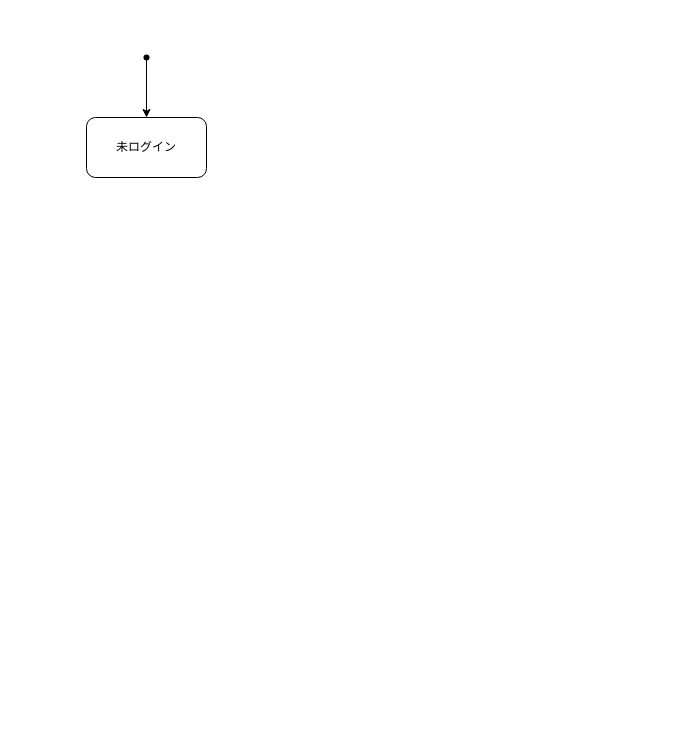
This is docs/state.drawio from Moku3956/daily-routine, a draw.io file, before an edit. Source tidied: cells renumbered, new cells numbered last; positions are measured from the earlier drawing's top-left corner, leaving out a move shared by most shapes. Both pictures are drawn from the tidied source at 100%, with x=0, y=0 at pixel (86, 47).
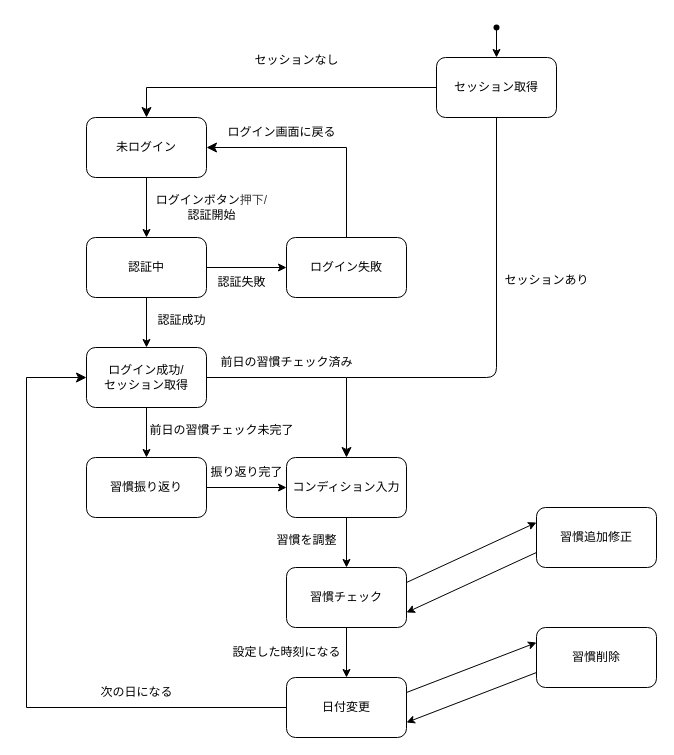
The same page after the edit.

Commit message (it also covers changes not shown here):
Complete stete diagram

The change refers to these unchanged cells:
```xml
<mxCell id="4" value="未ログイン" style="rounded=1;whiteSpace=wrap;html=1;" parent="1" vertex="1">
  <mxGeometry y="70" width="120" height="60" as="geometry" />
</mxCell>
```

Change to the diagram source:
```diff
@@
-    <mxCell id="2" style="edgeStyle=none;html=1;" parent="1" edge="1" source="3" target="4">
-      <mxGeometry relative="1" as="geometry" />
-    </mxCell>
-    <mxCell id="3" style="shape=waypoint;sketch=0;fillStyle=solid;size=6;points=[];fillColor=none;perimeter=centerPerimeter;snapToPoint=1;" parent="1" vertex="1">
-      <mxGeometry x="50" width="20" height="20" as="geometry" />
-    </mxCell>
+    <mxCell id="5" style="edgeStyle=segmentEdgeStyle;endArrow=classic;html=1;curved=0;rounded=0;endSize=8;startSize=8;exitX=1;exitY=0.5;exitDx=0;exitDy=0;entryX=0.5;entryY=0;entryDx=0;entryDy=0;" parent="1" edge="1" source="11" target="21">
+      <mxGeometry relative="1" as="geometry" />
+    </mxCell>
+    <mxCell id="6" style="edgeStyle=none;html=1;entryX=0.5;entryY=0;entryDx=0;entryDy=0;" parent="1" edge="1" source="4" target="9">
+      <mxGeometry relative="1" as="geometry" />
+    </mxCell>
@@
+    <mxCell id="7" style="edgeStyle=none;html=1;entryX=0.5;entryY=0;entryDx=0;entryDy=0;" parent="1" edge="1" source="9" target="11">
+      <mxGeometry relative="1" as="geometry" />
+    </mxCell>
+    <mxCell id="8" style="edgeStyle=none;html=1;entryX=0;entryY=0.5;entryDx=0;entryDy=0;" parent="1" edge="1" source="9" target="12">
+      <mxGeometry relative="1" as="geometry" />
+    </mxCell>
+    <mxCell id="9" value="認証中" style="rounded=1;whiteSpace=wrap;html=1;" parent="1" vertex="1">
+      <mxGeometry y="190" width="120" height="60" as="geometry" />
+    </mxCell>
+    <mxCell id="10" style="edgeStyle=none;html=1;entryX=0.5;entryY=0;entryDx=0;entryDy=0;" parent="1" edge="1" source="11" target="14">
+      <mxGeometry relative="1" as="geometry" />
+    </mxCell>
+    <mxCell id="11" value="ログイン成功/&lt;div&gt;セッション取得&lt;/div&gt;" style="rounded=1;whiteSpace=wrap;html=1;" parent="1" vertex="1">
+      <mxGeometry y="300" width="120" height="60" as="geometry" />
+    </mxCell>
+    <mxCell id="12" value="ログイン失敗" style="rounded=1;whiteSpace=wrap;html=1;" parent="1" vertex="1">
+      <mxGeometry x="200" y="190" width="120" height="60" as="geometry" />
+    </mxCell>
+    <mxCell id="13" style="edgeStyle=none;html=1;exitX=1;exitY=0.5;exitDx=0;exitDy=0;entryX=0;entryY=0.5;entryDx=0;entryDy=0;" parent="1" edge="1" source="25" target="21">
+      <mxGeometry relative="1" as="geometry" />
+    </mxCell>
+    <mxCell id="14" value="習慣振り返り" style="rounded=1;whiteSpace=wrap;html=1;" parent="1" vertex="1">
+      <mxGeometry y="410" width="120" height="60" as="geometry" />
+    </mxCell>
+    <mxCell id="15" value="ログインボタン&lt;span style=&quot;color: rgb(63, 63, 63); background-color: transparent;&quot;&gt;押下/&lt;/span&gt;&lt;div&gt;認証開始&lt;/div&gt;" style="text;html=1;align=center;verticalAlign=middle;strokeColor=none;fillColor=none;" parent="1" vertex="1">
+      <mxGeometry x="60" y="140" width="130" height="40" as="geometry" />
+    </mxCell>
+    <mxCell id="16" value="認証成功" style="text;html=1;align=center;verticalAlign=middle;strokeColor=none;fillColor=none;" parent="1" vertex="1">
+      <mxGeometry x="60" y="258" width="70" height="30" as="geometry" />
+    </mxCell>
+    <mxCell id="17" style="edgeStyle=segmentEdgeStyle;endArrow=classic;html=1;curved=0;rounded=0;endSize=8;startSize=8;exitX=0.5;exitY=0;exitDx=0;exitDy=0;entryX=1;entryY=0.5;entryDx=0;entryDy=0;" parent="1" edge="1">
+      <mxGeometry relative="1" as="geometry">
+        <mxPoint x="260" y="190" as="sourcePoint" />
+        <mxPoint x="120" y="100" as="targetPoint" />
+        <Array as="points">
+          <mxPoint x="260" y="100" />
+        </Array>
+      </mxGeometry>
+    </mxCell>
+    <mxCell id="18" value="ログイン画面に戻る" style="text;html=1;align=center;verticalAlign=middle;strokeColor=none;fillColor=none;" parent="1" vertex="1">
+      <mxGeometry x="130" y="70" width="130" height="30" as="geometry" />
+    </mxCell>
+    <mxCell id="19" value="認証失敗" style="text;html=1;align=center;verticalAlign=middle;strokeColor=none;fillColor=none;" parent="1" vertex="1">
+      <mxGeometry x="120" y="220" width="70" height="30" as="geometry" />
+    </mxCell>
+    <mxCell id="20" style="edgeStyle=none;html=1;exitX=0.5;exitY=1;exitDx=0;exitDy=0;" parent="1" edge="1" source="21">
+      <mxGeometry relative="1" as="geometry">
+        <mxPoint x="260" y="520" as="targetPoint" />
+      </mxGeometry>
+    </mxCell>
+    <mxCell id="21" value="コンディション入力" style="rounded=1;whiteSpace=wrap;html=1;" parent="1" vertex="1">
+      <mxGeometry x="200" y="410" width="120" height="60" as="geometry" />
+    </mxCell>
+    <mxCell id="22" value="前日の習慣チェック未完了" style="text;html=1;align=center;verticalAlign=middle;strokeColor=none;fillColor=none;" parent="1" vertex="1">
+      <mxGeometry x="50" y="368" width="170" height="30" as="geometry" />
+    </mxCell>
+    <mxCell id="23" value="前日の習慣チェック済み" style="text;html=1;align=center;verticalAlign=middle;points=[];strokeColor=none;fillColor=none;" parent="1" vertex="1">
+      <mxGeometry x="120" y="300" width="160" height="30" as="geometry" />
+    </mxCell>
+    <mxCell id="24" style="edgeStyle=none;html=1;exitX=1;exitY=0.5;exitDx=0;exitDy=0;" parent="1" edge="1" source="14">
+      <mxGeometry relative="1" as="geometry">
+        <mxPoint x="200" y="440" as="targetPoint" />
+      </mxGeometry>
+    </mxCell>
+    <mxCell id="25" value="振り返り完了" style="text;html=1;align=center;verticalAlign=middle;points=[];strokeColor=none;fillColor=none;" parent="1" vertex="1">
+      <mxGeometry x="110" y="410" width="100" height="30" as="geometry" />
+    </mxCell>
+    <mxCell id="26" style="edgeStyle=none;html=1;" parent="1" edge="1" source="28" target="31">
+      <mxGeometry relative="1" as="geometry" />
+    </mxCell>
+    <mxCell id="27" style="edgeStyle=none;html=1;exitX=0;exitY=0.75;exitDx=0;exitDy=0;entryX=1;entryY=0.75;entryDx=0;entryDy=0;" parent="1" edge="1" source="40" target="28">
+      <mxGeometry relative="1" as="geometry" />
+    </mxCell>
+    <mxCell id="28" value="習慣チェック" style="rounded=1;whiteSpace=wrap;html=1;" parent="1" vertex="1">
+      <mxGeometry x="200" y="520" width="120" height="60" as="geometry" />
+    </mxCell>
+    <mxCell id="29" value="習慣を調整" style="text;html=1;align=center;verticalAlign=middle;strokeColor=none;fillColor=none;" parent="1" vertex="1">
+      <mxGeometry x="180" y="478" width="80" height="30" as="geometry" />
+    </mxCell>
+    <mxCell id="30" style="edgeStyle=none;html=1;exitX=1;exitY=0.25;exitDx=0;exitDy=0;entryX=0;entryY=0.25;entryDx=0;entryDy=0;" parent="1" edge="1" source="31" target="42">
+      <mxGeometry relative="1" as="geometry" />
+    </mxCell>
+    <mxCell id="31" value="日付変更" style="whiteSpace=wrap;html=1;rounded=1;" parent="1" vertex="1">
+      <mxGeometry x="200" y="630" width="120" height="60" as="geometry" />
+    </mxCell>
+    <mxCell id="32" value="設定した時刻になる" style="text;html=1;align=center;verticalAlign=middle;strokeColor=none;fillColor=none;" parent="1" vertex="1">
+      <mxGeometry x="135" y="590" width="130" height="30" as="geometry" />
+    </mxCell>
+    <mxCell id="33" value="セッション取得" style="rounded=1;whiteSpace=wrap;html=1;" parent="1" vertex="1">
+      <mxGeometry x="350" y="10" width="120" height="60" as="geometry" />
+    </mxCell>
+    <mxCell id="34" style="edgeStyle=segmentEdgeStyle;endArrow=classic;html=1;curved=0;rounded=0;endSize=8;startSize=8;entryX=0.5;entryY=0;entryDx=0;entryDy=0;exitX=0;exitY=0.5;exitDx=0;exitDy=0;" parent="1" edge="1" source="33" target="4">
+      <mxGeometry relative="1" as="geometry" />
+    </mxCell>
+    <mxCell id="35" style="edgeStyle=none;html=1;" parent="1" edge="1" source="36" target="33">
+      <mxGeometry relative="1" as="geometry" />
+    </mxCell>
+    <mxCell id="36" style="shape=waypoint;sketch=0;fillStyle=solid;size=6;points=[];fillColor=none;perimeter=centerPerimeter;snapToPoint=1;" parent="1" vertex="1">
+      <mxGeometry x="400" y="-30" width="20" height="20" as="geometry" />
+    </mxCell>
+    <mxCell id="37" value="セッションなし" style="text;html=1;align=center;verticalAlign=middle;strokeColor=none;fillColor=none;" parent="1" vertex="1">
+      <mxGeometry x="155" y="-2" width="110" height="30" as="geometry" />
+    </mxCell>
+    <mxCell id="38" value="セッションあり" style="text;html=1;align=center;verticalAlign=middle;strokeColor=none;fillColor=none;" parent="1" vertex="1">
+      <mxGeometry x="405" y="218" width="110" height="30" as="geometry" />
+    </mxCell>
+    <mxCell id="39" style="edgeStyle=none;html=1;exitX=1;exitY=0.25;exitDx=0;exitDy=0;entryX=0;entryY=0.25;entryDx=0;entryDy=0;" parent="1" edge="1" source="28" target="40">
+      <mxGeometry relative="1" as="geometry" />
+    </mxCell>
+    <mxCell id="40" value="習慣追加修正" style="rounded=1;whiteSpace=wrap;html=1;" parent="1" vertex="1">
+      <mxGeometry x="450" y="460" width="120" height="60" as="geometry" />
+    </mxCell>
+    <mxCell id="41" style="edgeStyle=none;html=1;exitX=0;exitY=0.75;exitDx=0;exitDy=0;entryX=1;entryY=0.75;entryDx=0;entryDy=0;" parent="1" edge="1" source="42" target="31">
+      <mxGeometry relative="1" as="geometry" />
+    </mxCell>
+    <mxCell id="42" value="習慣削除" style="rounded=1;whiteSpace=wrap;html=1;" parent="1" vertex="1">
+      <mxGeometry x="450" y="580" width="120" height="60" as="geometry" />
+    </mxCell>
+    <mxCell id="43" style="endArrow=none;html=1;exitX=0.5;exitY=1;exitDx=0;exitDy=0;entryX=0.875;entryY=1;entryDx=0;entryDy=0;entryPerimeter=0;endFill=0;" parent="1" edge="1" source="33" target="23">
+      <mxGeometry relative="1" as="geometry">
+        <Array as="points">
+          <mxPoint x="410" y="330" />
+        </Array>
+      </mxGeometry>
+    </mxCell>
+    <mxCell id="44" style="edgeStyle=elbowEdgeStyle;elbow=vertical;endArrow=classic;html=1;curved=0;rounded=0;endSize=8;startSize=8;exitX=0;exitY=0.5;exitDx=0;exitDy=0;entryX=0;entryY=0.5;entryDx=0;entryDy=0;" parent="1" edge="1" source="31" target="11">
+      <mxGeometry relative="1" as="geometry">
+        <Array as="points">
+          <mxPoint x="-60" y="418" />
+        </Array>
+      </mxGeometry>
+    </mxCell>
+    <mxCell id="45" value="次の日になる" style="text;html=1;align=center;verticalAlign=middle;strokeColor=none;fillColor=none;" parent="1" vertex="1">
+      <mxGeometry y="630" width="100" height="30" as="geometry" />
+    </mxCell>
```
